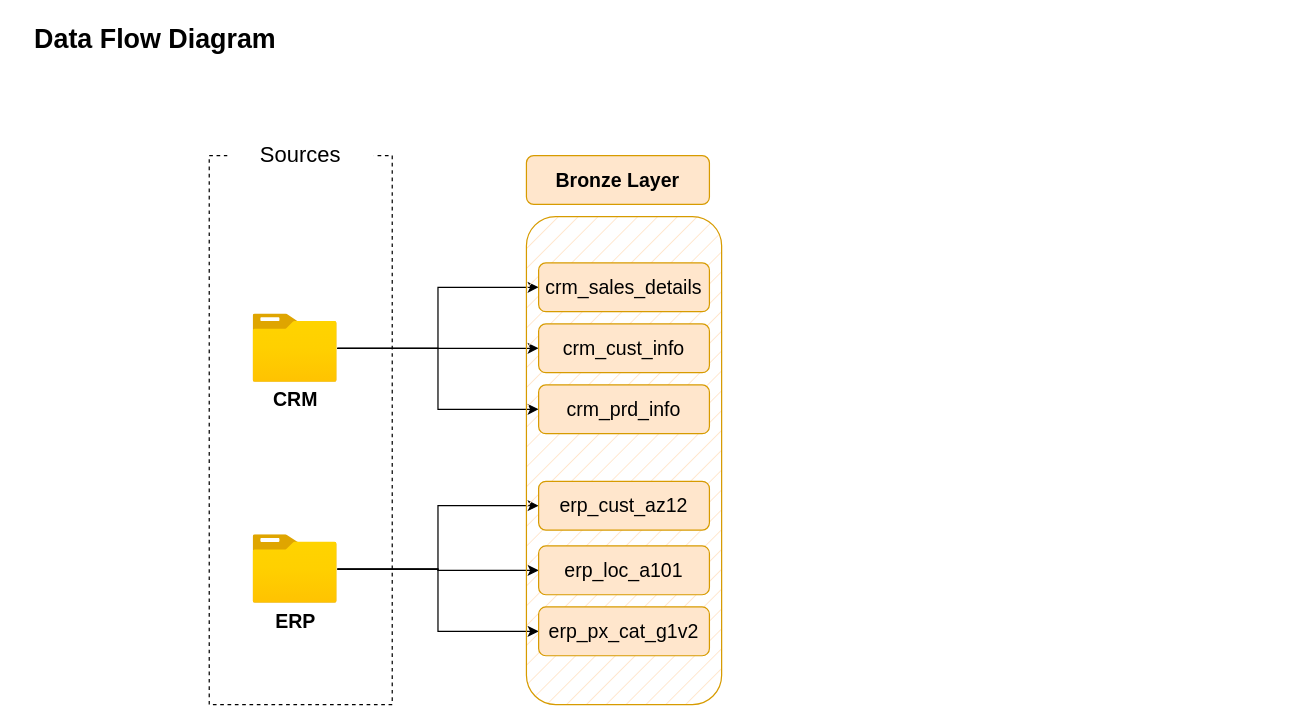
FelixFelicis7/Data-Warehousing-Project keeps this draw.io diagram as docs/Data Flow Diagram.drawio. Above is the earlier version. Source tidied: cells renumbered, new cells numbered last; positions are measured from the earlier drawing's top-left corner, leaving out a move shared by most shapes. Both pictures are drawn from the tidied source at 122%, with x=0, y=0 at pixel (21, 21).
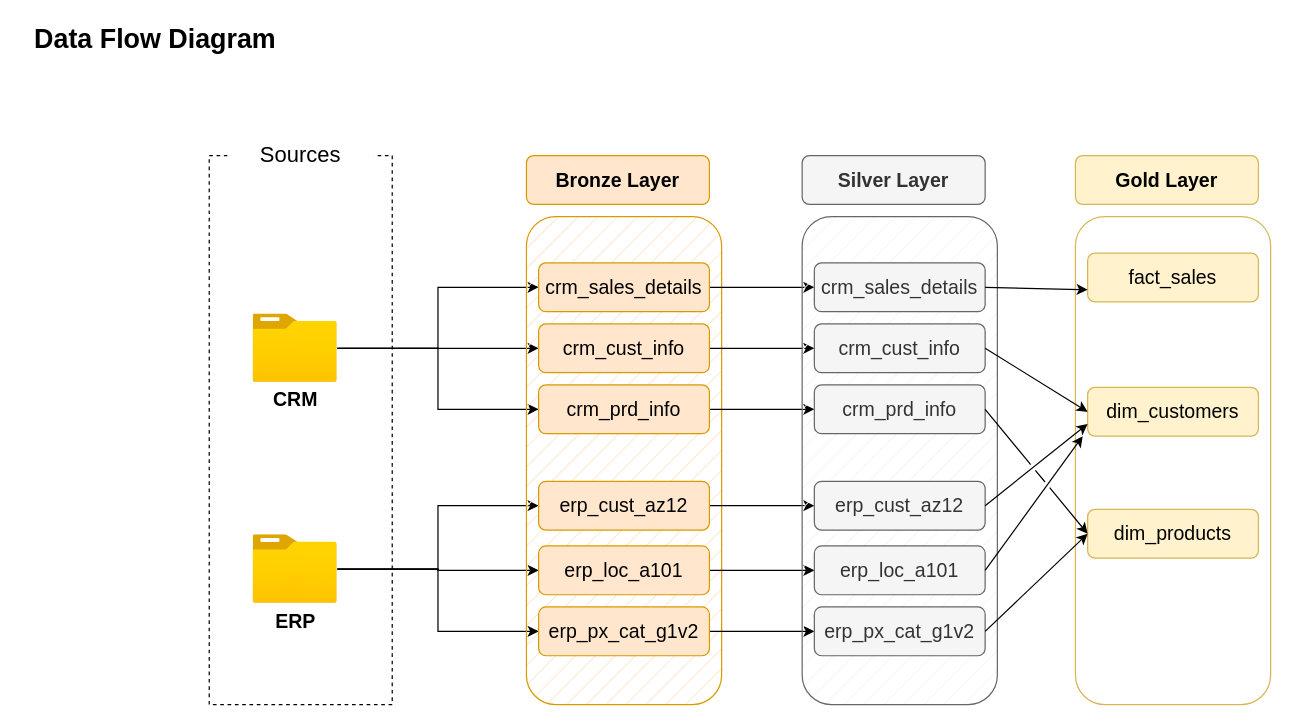
The same diagram, later.

The change refers to these unchanged cells:
```xml
<mxCell id="17" value="&lt;font style=&quot;font-size: 16px;&quot;&gt;crm_sales_details&lt;/font&gt;" style="rounded=1;whiteSpace=wrap;html=1;fillColor=#ffe6cc;strokeColor=#d79b00;" parent="1" vertex="1">
  <mxGeometry x="424" y="198" width="140" height="40" as="geometry" />
</mxCell>
<mxCell id="18" value="&lt;font style=&quot;font-size: 16px;&quot;&gt;crm_cust_info&lt;/font&gt;" style="rounded=1;whiteSpace=wrap;html=1;fillColor=#ffe6cc;strokeColor=#d79b00;" parent="1" vertex="1">
  <mxGeometry x="424" y="248" width="140" height="40" as="geometry" />
</mxCell>
<mxCell id="19" value="&lt;font style=&quot;font-size: 16px;&quot;&gt;crm_prd_info&lt;/font&gt;" style="rounded=1;whiteSpace=wrap;html=1;fillColor=#ffe6cc;strokeColor=#d79b00;" parent="1" vertex="1">
  <mxGeometry x="424" y="298" width="140" height="40" as="geometry" />
</mxCell>
<mxCell id="20" value="&lt;font style=&quot;font-size: 16px;&quot;&gt;erp_cust_az12&lt;/font&gt;" style="rounded=1;whiteSpace=wrap;html=1;fillColor=#ffe6cc;strokeColor=#d79b00;" parent="1" vertex="1">
  <mxGeometry x="424" y="377" width="140" height="40" as="geometry" />
</mxCell>
<mxCell id="21" value="&lt;font style=&quot;font-size: 16px;&quot;&gt;erp_loc_a101&lt;/font&gt;" style="rounded=1;whiteSpace=wrap;html=1;fillColor=#ffe6cc;strokeColor=#d79b00;" parent="1" vertex="1">
  <mxGeometry x="424" y="430" width="140" height="40" as="geometry" />
</mxCell>
<mxCell id="22" value="&lt;font style=&quot;font-size: 16px;&quot;&gt;erp_px_cat_g1v2&lt;/font&gt;" style="rounded=1;whiteSpace=wrap;html=1;fillColor=#ffe6cc;strokeColor=#d79b00;" parent="1" vertex="1">
  <mxGeometry x="424" y="480" width="140" height="40" as="geometry" />
</mxCell>
```

What changed in the source:
```diff
@@
+    <mxCell id="23" style="edgeStyle=orthogonalEdgeStyle;rounded=0;jettySize=auto;html=1;entryX=0;entryY=0.5;entryDx=0;entryDy=0;" parent="1" edge="1" source="17" target="31">
+      <mxGeometry relative="1" as="geometry" />
+    </mxCell>
@@
+    <mxCell id="24" style="edgeStyle=orthogonalEdgeStyle;rounded=0;jettySize=auto;html=1;entryX=0;entryY=0.5;entryDx=0;entryDy=0;" parent="1" edge="1" source="18" target="32">
+      <mxGeometry relative="1" as="geometry" />
+    </mxCell>
@@
+    <mxCell id="25" style="edgeStyle=orthogonalEdgeStyle;rounded=0;jettySize=auto;html=1;entryX=0;entryY=0.5;entryDx=0;entryDy=0;" parent="1" edge="1" source="19" target="33">
+      <mxGeometry relative="1" as="geometry" />
+    </mxCell>
@@
+    <mxCell id="26" style="edgeStyle=orthogonalEdgeStyle;rounded=0;jettySize=auto;html=1;entryX=0;entryY=0.5;entryDx=0;entryDy=0;" parent="1" edge="1" source="20" target="34">
+      <mxGeometry relative="1" as="geometry" />
+    </mxCell>
@@
+    <mxCell id="27" style="edgeStyle=orthogonalEdgeStyle;rounded=0;jettySize=auto;html=1;entryX=0;entryY=0.5;entryDx=0;entryDy=0;" parent="1" edge="1" source="21" target="35">
+      <mxGeometry relative="1" as="geometry" />
+    </mxCell>
@@
+    <mxCell id="28" style="edgeStyle=orthogonalEdgeStyle;rounded=0;jettySize=auto;html=1;entryX=0;entryY=0.5;entryDx=0;entryDy=0;" parent="1" edge="1" source="22" target="36">
+      <mxGeometry relative="1" as="geometry" />
+    </mxCell>
@@
+    <mxCell id="29" style="rounded=1;whiteSpace=wrap;html=1;fillColor=#f5f5f5;strokeColor=#666666;fillStyle=hatch;fontColor=#333333;" parent="1" vertex="1">
+      <mxGeometry x="640" y="160" width="160" height="400" as="geometry" />
+    </mxCell>
+    <mxCell id="30" value="&lt;font style=&quot;font-size: 16px;&quot;&gt;&lt;b&gt;Silver Layer&lt;/b&gt;&lt;/font&gt;" style="rounded=1;whiteSpace=wrap;html=1;fillColor=#f5f5f5;strokeColor=#666666;fontColor=#333333;" parent="1" vertex="1">
+      <mxGeometry x="640" y="110" width="150" height="40" as="geometry" />
+    </mxCell>
+    <mxCell id="31" value="&lt;font style=&quot;font-size: 16px;&quot;&gt;crm_sales_details&lt;/font&gt;" style="rounded=1;whiteSpace=wrap;html=1;fillColor=#f5f5f5;strokeColor=#666666;fontColor=#333333;" parent="1" vertex="1">
+      <mxGeometry x="650" y="198" width="140" height="40" as="geometry" />
+    </mxCell>
+    <mxCell id="32" value="&lt;font style=&quot;font-size: 16px;&quot;&gt;crm_cust_info&lt;/font&gt;" style="rounded=1;whiteSpace=wrap;html=1;fillColor=#f5f5f5;strokeColor=#666666;fontColor=#333333;" parent="1" vertex="1">
+      <mxGeometry x="650" y="248" width="140" height="40" as="geometry" />
+    </mxCell>
+    <mxCell id="33" value="&lt;font style=&quot;font-size: 16px;&quot;&gt;crm_prd_info&lt;/font&gt;" style="rounded=1;whiteSpace=wrap;html=1;fillColor=#f5f5f5;strokeColor=#666666;fontColor=#333333;" parent="1" vertex="1">
+      <mxGeometry x="650" y="298" width="140" height="40" as="geometry" />
+    </mxCell>
+    <mxCell id="34" value="&lt;font style=&quot;font-size: 16px;&quot;&gt;erp_cust_az12&lt;/font&gt;" style="rounded=1;whiteSpace=wrap;html=1;fillColor=#f5f5f5;strokeColor=#666666;fontColor=#333333;" parent="1" vertex="1">
+      <mxGeometry x="650" y="377" width="140" height="40" as="geometry" />
+    </mxCell>
+    <mxCell id="35" value="&lt;font style=&quot;font-size: 16px;&quot;&gt;erp_loc_a101&lt;/font&gt;" style="rounded=1;whiteSpace=wrap;html=1;fillColor=#f5f5f5;strokeColor=#666666;fontColor=#333333;" parent="1" vertex="1">
+      <mxGeometry x="650" y="430" width="140" height="40" as="geometry" />
+    </mxCell>
+    <mxCell id="36" value="&lt;font style=&quot;font-size: 16px;&quot;&gt;erp_px_cat_g1v2&lt;/font&gt;" style="rounded=1;whiteSpace=wrap;html=1;fillColor=#f5f5f5;strokeColor=#666666;fontColor=#333333;" parent="1" vertex="1">
+      <mxGeometry x="650" y="480" width="140" height="40" as="geometry" />
+    </mxCell>
+    <mxCell id="37" style="rounded=1;whiteSpace=wrap;html=1;fillColor=default;strokeColor=#d6b656;fillStyle=hatch;" parent="1" vertex="1">
+      <mxGeometry x="864" y="160" width="160" height="400" as="geometry" />
+    </mxCell>
+    <mxCell id="38" value="&lt;font style=&quot;font-size: 16px;&quot;&gt;&lt;b&gt;Gold Layer&lt;/b&gt;&lt;/font&gt;" style="rounded=1;whiteSpace=wrap;html=1;fillColor=#fff2cc;strokeColor=#d6b656;" parent="1" vertex="1">
+      <mxGeometry x="864" y="110" width="150" height="40" as="geometry" />
+    </mxCell>
+    <mxCell id="39" value="&lt;font size=&quot;3&quot;&gt;fact_sales&lt;/font&gt;" style="rounded=1;whiteSpace=wrap;html=1;fillColor=#fff2cc;strokeColor=#d6b656;" parent="1" vertex="1">
+      <mxGeometry x="874" y="190" width="140" height="40" as="geometry" />
+    </mxCell>
+    <mxCell id="40" value="&lt;font style=&quot;font-size: 16px;&quot;&gt;dim_customers&lt;/font&gt;" style="rounded=1;whiteSpace=wrap;html=1;fillColor=#fff2cc;strokeColor=#d6b656;" parent="1" vertex="1">
+      <mxGeometry x="874" y="300" width="140" height="40" as="geometry" />
+    </mxCell>
+    <mxCell id="41" value="&lt;font style=&quot;font-size: 16px;&quot;&gt;dim_products&lt;/font&gt;" style="rounded=1;whiteSpace=wrap;html=1;fillColor=#fff2cc;strokeColor=#d6b656;" parent="1" vertex="1">
+      <mxGeometry x="874" y="400" width="140" height="40" as="geometry" />
+    </mxCell>
+    <mxCell id="42" style="endArrow=classic;html=1;rounded=0;entryX=0;entryY=0.75;entryDx=0;entryDy=0;exitX=1;exitY=0.5;exitDx=0;exitDy=0;" parent="1" edge="1" source="31" target="39">
+      <mxGeometry relative="1" as="geometry" />
+    </mxCell>
+    <mxCell id="43" style="endArrow=classic;html=1;rounded=0;entryX=0;entryY=0.5;entryDx=0;entryDy=0;exitX=1;exitY=0.5;exitDx=0;exitDy=0;jumpStyle=gap;" parent="1" edge="1" source="32" target="40">
+      <mxGeometry relative="1" as="geometry" />
+    </mxCell>
+    <mxCell id="44" style="endArrow=classic;html=1;rounded=0;entryX=0;entryY=0.75;entryDx=0;entryDy=0;exitX=1;exitY=0.5;exitDx=0;exitDy=0;jumpStyle=gap;" parent="1" edge="1" source="34" target="40">
+      <mxGeometry relative="1" as="geometry" />
+    </mxCell>
+    <mxCell id="45" style="endArrow=classic;html=1;rounded=0;exitX=1;exitY=0.5;exitDx=0;exitDy=0;jumpStyle=gap;" parent="1" edge="1" source="35">
+      <mxGeometry relative="1" as="geometry">
+        <mxPoint x="870" y="340" as="targetPoint" />
+      </mxGeometry>
+    </mxCell>
+    <mxCell id="46" style="endArrow=classic;html=1;rounded=0;entryX=0;entryY=0.5;entryDx=0;entryDy=0;exitX=1;exitY=0.5;exitDx=0;exitDy=0;jumpStyle=gap;" parent="1" edge="1" source="33" target="41">
+      <mxGeometry relative="1" as="geometry" />
+    </mxCell>
+    <mxCell id="47" style="endArrow=classic;html=1;rounded=0;exitX=1;exitY=0.5;exitDx=0;exitDy=0;entryX=0;entryY=0.5;entryDx=0;entryDy=0;jumpStyle=gap;" parent="1" edge="1" source="36" target="41">
+      <mxGeometry relative="1" as="geometry" />
+    </mxCell>
```
